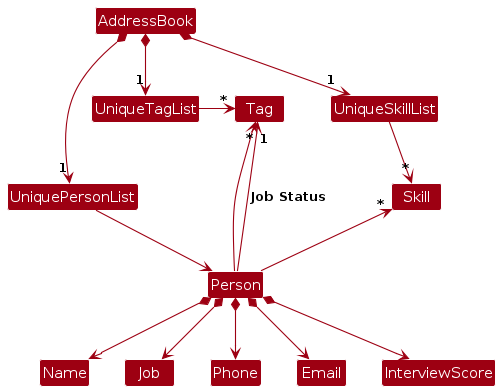
Before: diagrams/BetterModelClassDiagram.png, a diagram exported from PlantUML (AY2425S1-CS2103T-W09-1/tp). Its source is kept beside it as diagrams/BetterModelClassDiagram.puml.
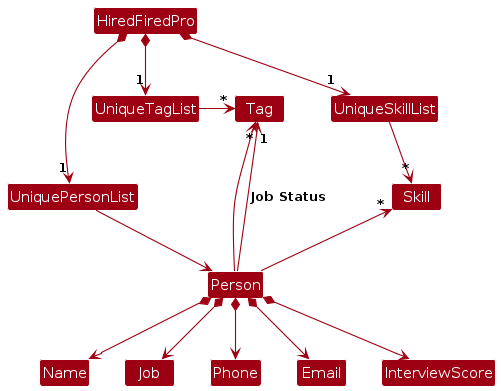
Later version of the same file.

Diff of the diagram source:
```diff
@@ -4,9 +4,9 @@
 skinparam arrowColor MODEL_COLOR
 skinparam classBackgroundColor MODEL_COLOR
 
-AddressBook *-right-> "1" UniquePersonList
-AddressBook *-right-> "1" UniqueTagList
-AddressBook *-down-> "1" UniqueSkillList
+HiredFiredPro *-right-> "1" UniquePersonList
+HiredFiredPro *-right-> "1" UniqueTagList
+HiredFiredPro *-down-> "1" UniqueSkillList
 UniqueTagList -[hidden]down- UniquePersonList
 UniqueTagList -[hidden]down- UniquePersonList
 
```
